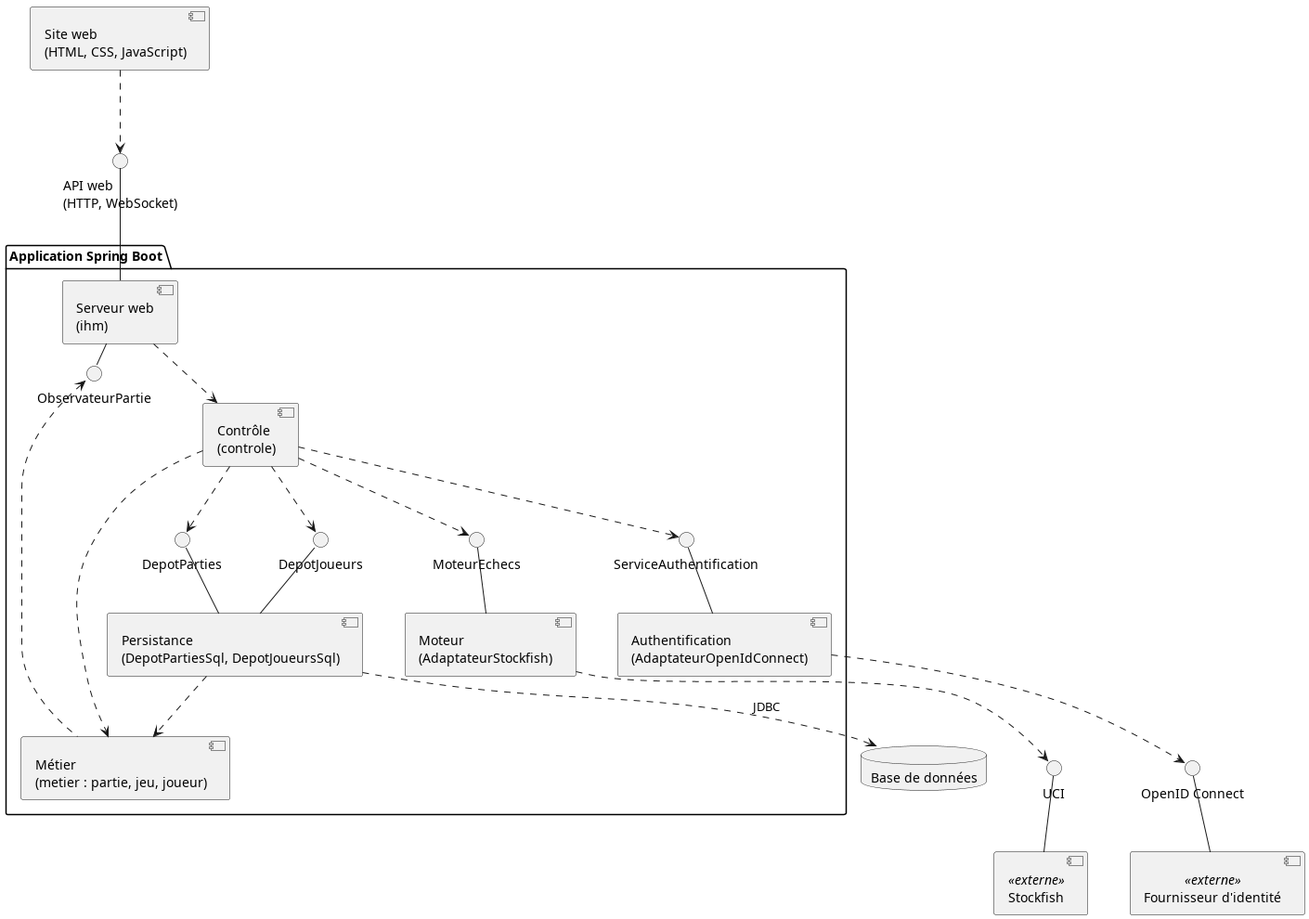
kevinBissouth/projet_echecs_tic315 keeps this PlantUML diagram as diagrams/composants-architecture.png. Above is the earlier version. Its diagram source:
```plantuml
@startuml composants-architecture

skinparam componentStyle uml2
skinparam nodesep 45
skinparam ranksep 45

component "Site web\n(HTML, CSS, JavaScript)" as Site
interface "API web\n(HTTP, WebSocket)" as ApiWeb

package "Application Spring Boot" {
  component "Serveur web\n(ihm)" as ServeurWeb
  interface "ObservateurPartie" as IObservateur
  component "Contrôle\n(controle)" as Controle
  component "Métier\n(metier : partie, jeu, joueur)" as Metier

  interface "MoteurEchecs" as IMoteur
  interface "ServiceAuthentification" as IAuthentification
  interface "DepotParties" as IDepotParties
  interface "DepotJoueurs" as IDepotJoueurs

  component "Moteur\n(AdaptateurStockfish)" as AdaptateurMoteur
  component "Authentification\n(AdaptateurOpenIdConnect)" as AdaptateurAuthentification
  component "Persistance\n(DepotPartiesSql, DepotJoueursSql)" as Persistance
}

interface "UCI" as Uci
interface "OpenID Connect" as Oidc
component "Stockfish" <<externe>> as Stockfish
component "Fournisseur d'identité" <<externe>> as Fournisseur
database "Base de données" as Base

Site ..> ApiWeb
ApiWeb -- ServeurWeb

ServeurWeb ..> Controle
Controle .right.> Metier
ServeurWeb -right- IObservateur
Metier .up.> IObservateur

Controle ..> IMoteur
Controle ..> IAuthentification
Controle ..> IDepotParties
Controle ..> IDepotJoueurs

IMoteur -- AdaptateurMoteur
IAuthentification -- AdaptateurAuthentification
IDepotParties -- Persistance
IDepotJoueurs -- Persistance
Persistance ..> Metier

AdaptateurMoteur ..> Uci
Uci -- Stockfish
AdaptateurAuthentification ..> Oidc
Oidc -- Fournisseur
Persistance ..> Base : JDBC

@enduml
```
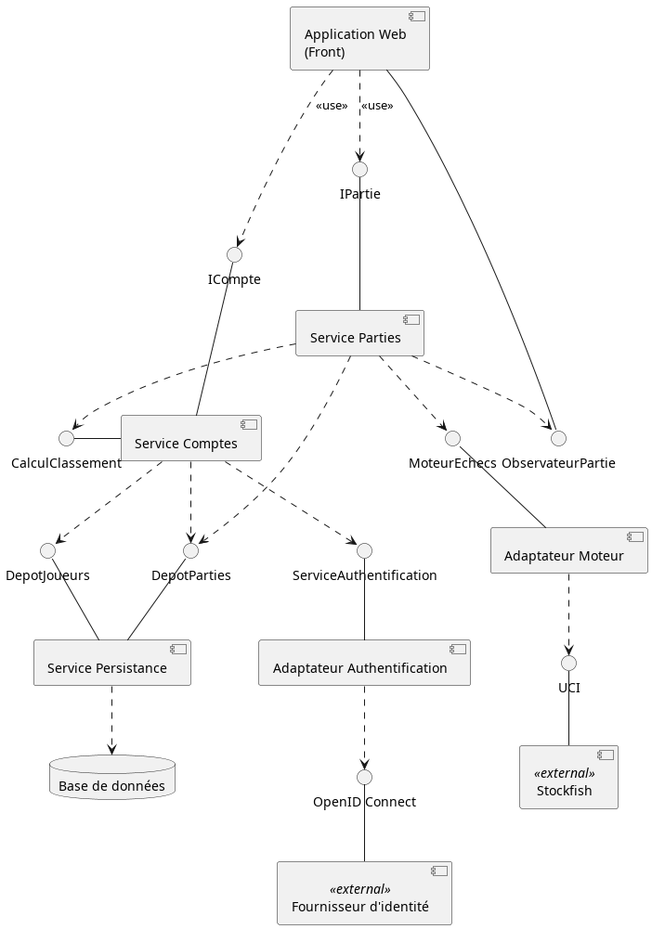
The same file after the commit.

Commit message:
docs: align architecture diagrams with the course figures

The edit, as a diff of the source:
```diff
@@ -1,57 +1,55 @@
 @startuml composants-architecture
 
 skinparam componentStyle uml2
-skinparam nodesep 45
-skinparam ranksep 45
+skinparam nodesep 50
+skinparam ranksep 55
 
-component "Site web\n(HTML, CSS, JavaScript)" as Site
-interface "API web\n(HTTP, WebSocket)" as ApiWeb
+component "Application Web\n(Front)" as Front
+component "Service Parties" as ServiceParties
+component "Service Comptes" as ServiceComptes
+component "Adaptateur Moteur" as AdaptateurMoteur
+component "Adaptateur Authentification" as AdaptateurAuthentification
+component "Service Persistance" as Persistance
+component "Stockfish" <<external>> as Stockfish
+component "Fournisseur d'identité" <<external>> as Fournisseur
+database "Base de données" as Base
 
-package "Application Spring Boot" {
-  component "Serveur web\n(ihm)" as ServeurWeb
-  interface "ObservateurPartie" as IObservateur
-  component "Contrôle\n(controle)" as Controle
-  component "Métier\n(metier : partie, jeu, joueur)" as Metier
-
-  interface "MoteurEchecs" as IMoteur
-  interface "ServiceAuthentification" as IAuthentification
-  interface "DepotParties" as IDepotParties
-  interface "DepotJoueurs" as IDepotJoueurs
-
-  component "Moteur\n(AdaptateurStockfish)" as AdaptateurMoteur
-  component "Authentification\n(AdaptateurOpenIdConnect)" as AdaptateurAuthentification
-  component "Persistance\n(DepotPartiesSql, DepotJoueursSql)" as Persistance
-}
-
+interface "IPartie" as IPartie
+interface "ICompte" as ICompte
+interface "ObservateurPartie" as IObservateur
+interface "CalculClassement" as ICalcul
+interface "MoteurEchecs" as IMoteur
+interface "ServiceAuthentification" as IAuthentification
+interface "DepotParties" as IDepotParties
+interface "DepotJoueurs" as IDepotJoueurs
 interface "UCI" as Uci
 interface "OpenID Connect" as Oidc
-component "Stockfish" <<externe>> as Stockfish
-component "Fournisseur d'identité" <<externe>> as Fournisseur
-database "Base de données" as Base
 
-Site ..> ApiWeb
-ApiWeb -- ServeurWeb
+Front ..> IPartie : <<use>>
+Front ..> ICompte : <<use>>
+Front -right- IObservateur
+ServiceParties ..> IObservateur
 
-ServeurWeb ..> Controle
-Controle .right.> Metier
-ServeurWeb -right- IObservateur
-Metier .up.> IObservateur
+ServiceParties -up- IPartie
+ServiceComptes -up- ICompte
+ServiceComptes -left- ICalcul
+ServiceParties ..> ICalcul
 
-Controle ..> IMoteur
-Controle ..> IAuthentification
-Controle ..> IDepotParties
-Controle ..> IDepotJoueurs
+ServiceParties ..> IMoteur
+ServiceParties ..> IDepotParties
+ServiceComptes ..> IAuthentification
+ServiceComptes ..> IDepotJoueurs
+ServiceComptes ..> IDepotParties
 
-IMoteur -- AdaptateurMoteur
-IAuthentification -- AdaptateurAuthentification
-IDepotParties -- Persistance
-IDepotJoueurs -- Persistance
-Persistance ..> Metier
+AdaptateurMoteur -up- IMoteur
+AdaptateurAuthentification -up- IAuthentification
+Persistance -up- IDepotParties
+Persistance -up- IDepotJoueurs
 
 AdaptateurMoteur ..> Uci
-Uci -- Stockfish
+Stockfish -up- Uci
 AdaptateurAuthentification ..> Oidc
-Oidc -- Fournisseur
-Persistance ..> Base : JDBC
+Fournisseur -up- Oidc
+Persistance ..> Base
 
 @enduml
```
